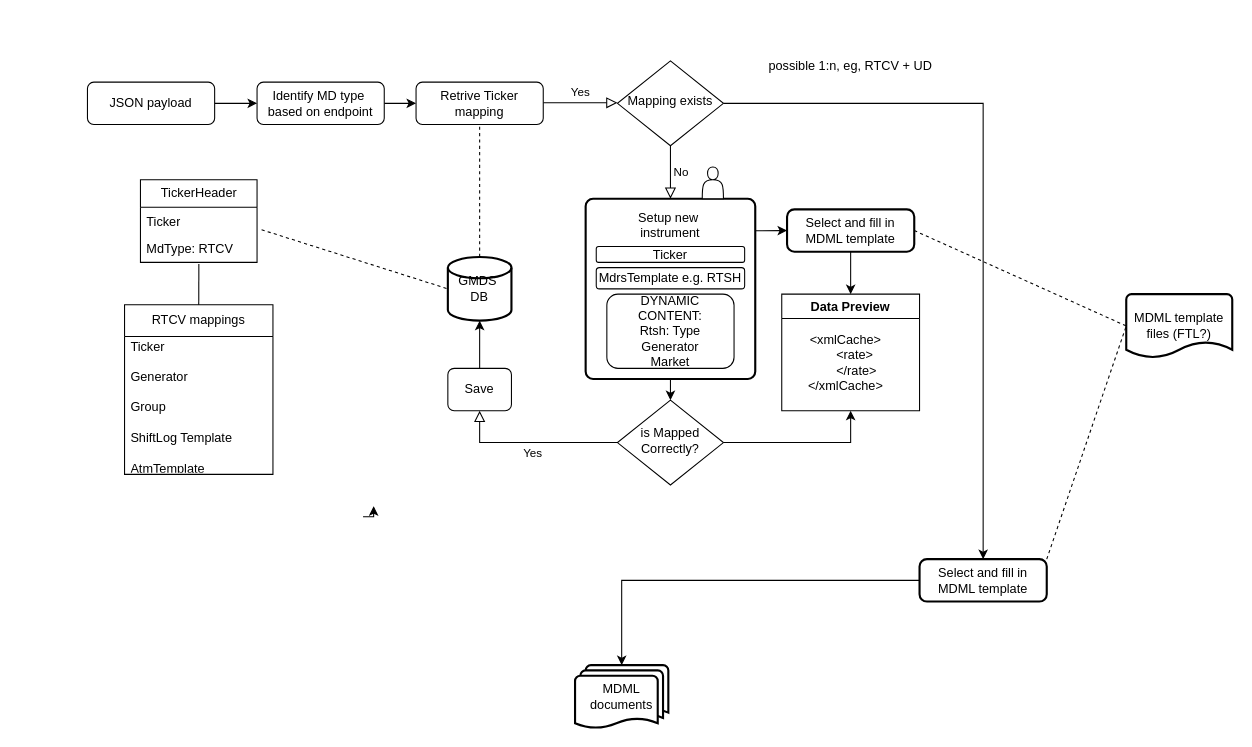
The draw.io diagram Untitled Diagram.drawio in abrzyski92/Test1, before the edit. Source tidied: cells renumbered, new cells numbered last; positions are measured from the earlier drawing's top-left corner, leaving out a move shared by most shapes. Both pictures are drawn from the tidied source at 106%, with x=0, y=0 at pixel (87, 50).
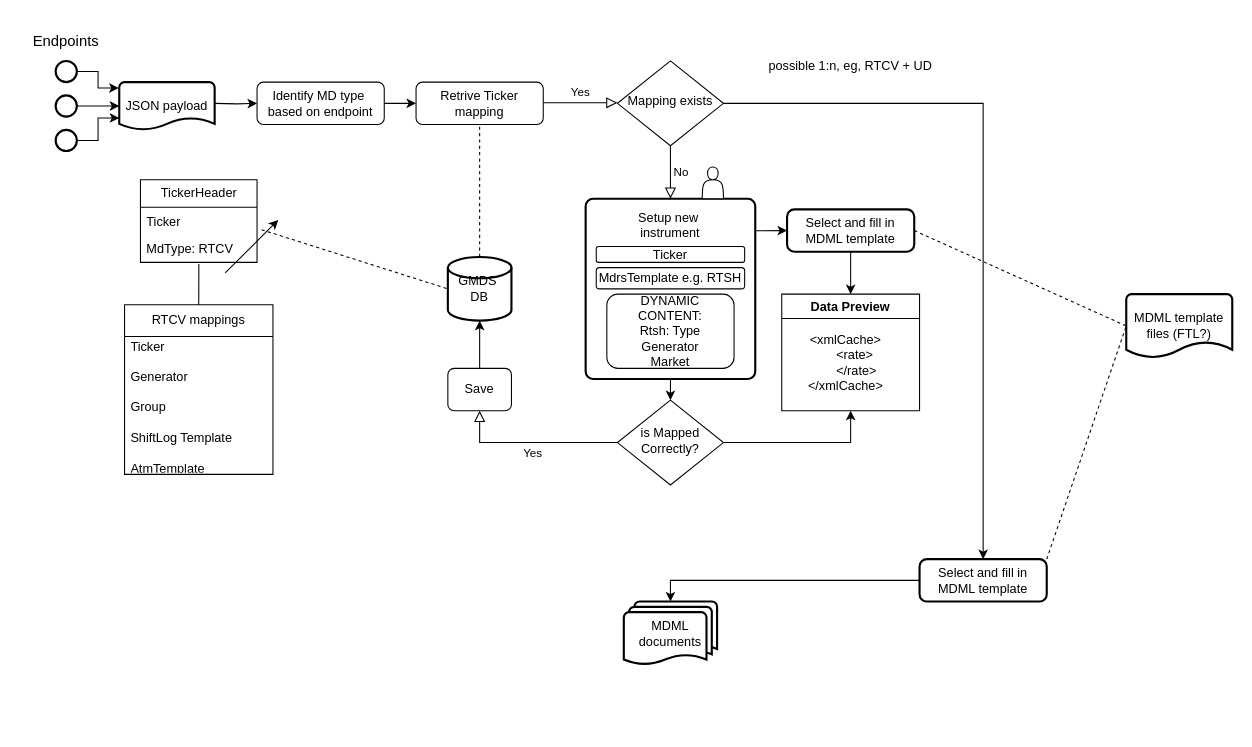
The same page after the edit.

The change refers to these unchanged cells:
```xml
<mxCell id="44" value="Identify MD type&amp;nbsp;&lt;div&gt;based on endpoint&lt;/div&gt;" style="rounded=1;whiteSpace=wrap;html=1;fontSize=12;glass=0;strokeWidth=1;shadow=0;" parent="1" vertex="1">
  <mxGeometry x="160" y="30" width="120" height="40" as="geometry" />
</mxCell>
```

The edit, as a diff of the source:
```diff
@@
-    <mxCell id="2" style="edgeStyle=orthogonalEdgeStyle;rounded=0;jettySize=auto;html=1;exitX=1;exitY=0.5;exitDx=0;exitDy=0;" parent="1" edge="1" source="3" target="44">
-      <mxGeometry relative="1" as="geometry" />
+    <mxCell id="2" style="edgeStyle=orthogonalEdgeStyle;rounded=0;jettySize=auto;html=1;exitX=1;exitY=0.5;exitDx=0;exitDy=0;" parent="1" edge="1" target="44">
+      <mxGeometry relative="1" as="geometry">
+        <mxPoint x="120" y="50" as="sourcePoint" />
+      </mxGeometry>
     </mxCell>
-    <mxCell id="3" value="JSON payload" style="rounded=1;whiteSpace=wrap;html=1;fontSize=12;glass=0;strokeWidth=1;shadow=0;" parent="1" vertex="1">
-      <mxGeometry y="30" width="120" height="40" as="geometry" />
-    </mxCell>
-    <mxCell id="4" style="edgeStyle=orthogonalEdgeStyle;rounded=0;orthogonalLoop=1;jettySize=auto;html=1;exitX=0.5;exitY=0;exitDx=0;exitDy=0;" parent="1" edge="1">
-      <mxGeometry relative="1" as="geometry">
-        <mxPoint x="260" y="440" as="sourcePoint" />
-        <mxPoint x="270" y="430" as="targetPoint" />
-      </mxGeometry>
-    </mxCell>
@@
     <mxCell id="38" value="MDML documents" style="strokeWidth=2;html=1;shape=mxgraph.flowchart.multi-document;whiteSpace=wrap;" parent="1" vertex="1">
-      <mxGeometry x="460" y="580" width="88" height="60" as="geometry" />
+      <mxGeometry x="506" y="520" width="88" height="60" as="geometry" />
     </mxCell>
@@
+    <mxCell id="45" style="strokeWidth=2;html=1;shape=mxgraph.flowchart.start_2;whiteSpace=wrap;" parent="1" vertex="1">
+      <mxGeometry x="-30" y="10" width="20" height="20" as="geometry" />
+    </mxCell>
+    <mxCell id="46" style="strokeWidth=2;html=1;shape=mxgraph.flowchart.start_2;whiteSpace=wrap;" parent="1" vertex="1">
+      <mxGeometry x="-30" y="42.5" width="20" height="20" as="geometry" />
+    </mxCell>
+    <mxCell id="47" style="strokeWidth=2;html=1;shape=mxgraph.flowchart.start_2;whiteSpace=wrap;" parent="1" vertex="1">
+      <mxGeometry x="-30" y="75" width="20" height="20" as="geometry" />
+    </mxCell>
+    <mxCell id="48" value="&lt;font style=&quot;font-size: 14px;&quot;&gt;Endpoints&lt;/font&gt;" style="text;html=1;align=center;verticalAlign=middle;whiteSpace=wrap;rounded=0;fontSize=18;rotation=0;" parent="1" vertex="1">
+      <mxGeometry x="-65" y="-30" width="90" height="40" as="geometry" />
+    </mxCell>
+    <mxCell id="49" style="endArrow=classic;html=1;rounded=0;" parent="1" edge="1">
+      <mxGeometry relative="1" as="geometry">
+        <mxPoint x="130" y="210" as="sourcePoint" />
+        <mxPoint x="180" y="160" as="targetPoint" />
+      </mxGeometry>
+    </mxCell>
+    <mxCell id="3" value="JSON payload" style="strokeWidth=2;html=1;shape=mxgraph.flowchart.document2;whiteSpace=wrap;size=0.25;" parent="1" vertex="1">
+      <mxGeometry x="30" y="30" width="90" height="45" as="geometry" />
+    </mxCell>
+    <mxCell id="50" style="edgeStyle=orthogonalEdgeStyle;rounded=0;jettySize=auto;html=1;entryX=-0.006;entryY=0.123;entryDx=0;entryDy=0;entryPerimeter=0;" parent="1" edge="1" source="45" target="3">
+      <mxGeometry relative="1" as="geometry" />
+    </mxCell>
+    <mxCell id="51" style="edgeStyle=orthogonalEdgeStyle;rounded=0;jettySize=auto;html=1;exitX=1;exitY=0.5;exitDx=0;exitDy=0;exitPerimeter=0;entryX=0;entryY=0.5;entryDx=0;entryDy=0;entryPerimeter=0;" parent="1" edge="1" source="46" target="3">
+      <mxGeometry relative="1" as="geometry" />
+    </mxCell>
+    <mxCell id="52" style="edgeStyle=orthogonalEdgeStyle;rounded=0;jettySize=auto;html=1;exitX=1;exitY=0.5;exitDx=0;exitDy=0;exitPerimeter=0;entryX=0;entryY=0.75;entryDx=0;entryDy=0;entryPerimeter=0;" parent="1" edge="1" source="47" target="3">
+      <mxGeometry relative="1" as="geometry" />
+    </mxCell>
```
